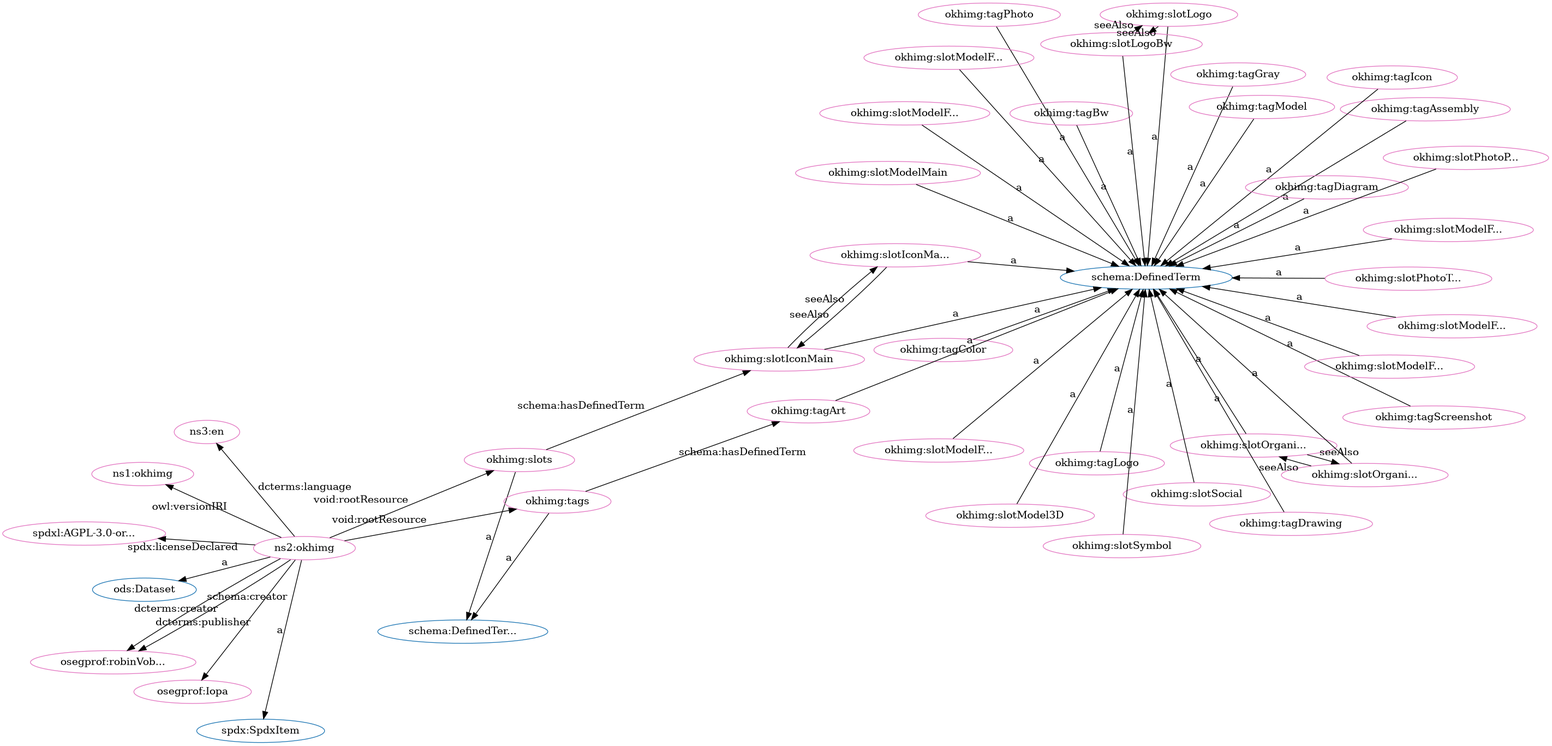
iop-alliance/OpenKnowHow keeps this Graphviz diagram as src/spec/dot_okh-img-clean.png. Above is the earlier version. Its source is kept beside it as src/spec/dot_okh-img-clean.dot.
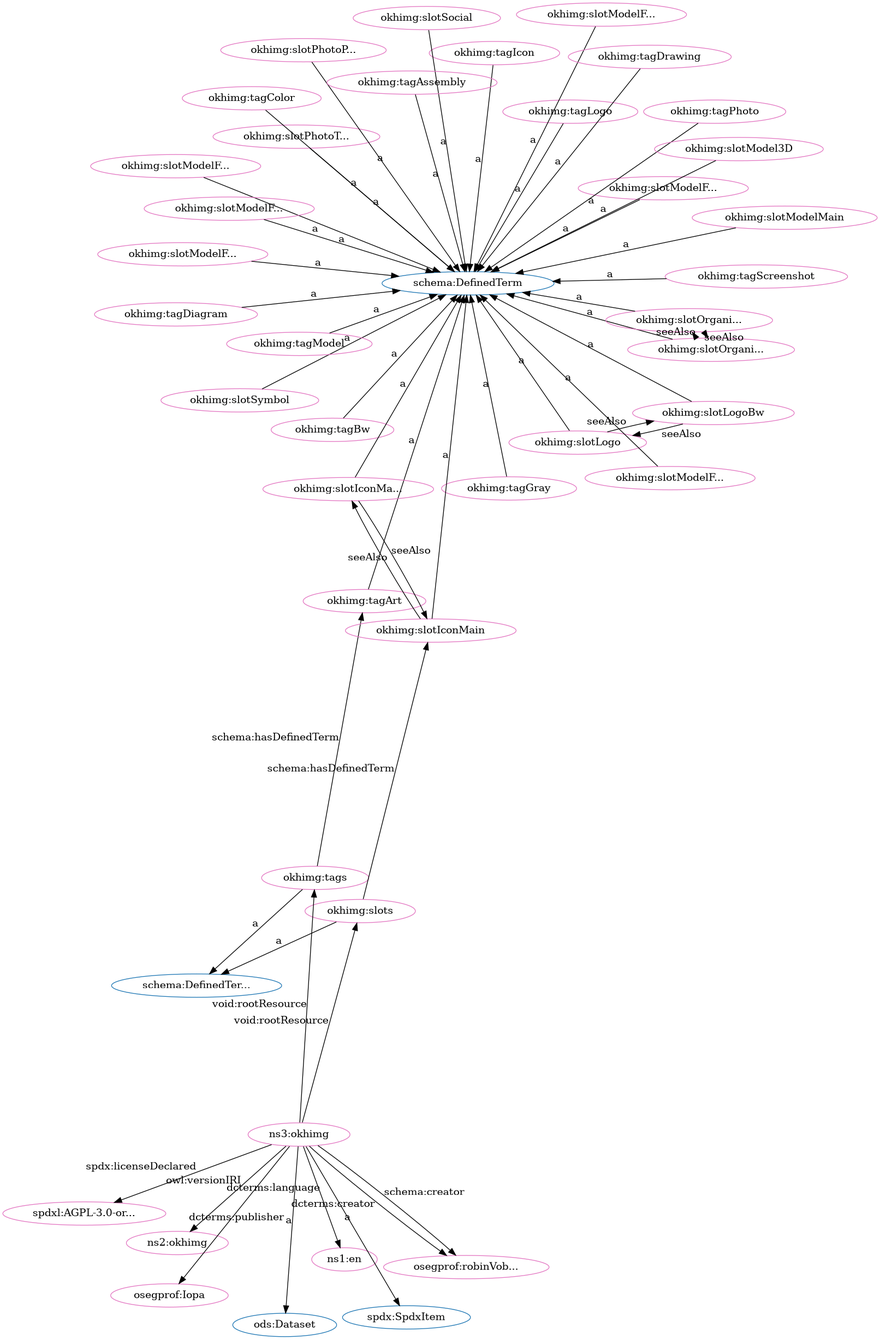
The same file after the commit.

What changed in the source:
```diff
@@ -2,95 +2,95 @@
   rankdir=BT
   node[height=.3]
 "http://schema.org/DefinedTermSet" [fillcolor="#1f77b4" color="#1f77b4" label="schema:DefinedTer..."]
+"http://spdx.org/rdf/terms#SpdxItem" [fillcolor="#1f77b4" color="#1f77b4" label="spdx:SpdxItem"]
 "http://w3id.org/oseg/ont/ods#Dataset" [fillcolor="#1f77b4" color="#1f77b4" label="ods:Dataset"]
-"http://spdx.org/rdf/terms#SpdxItem" [fillcolor="#1f77b4" color="#1f77b4" label="spdx:SpdxItem"]
 "http://schema.org/DefinedTerm" [fillcolor="#1f77b4" color="#1f77b4" label="schema:DefinedTerm"]
+"http://w3id.org/oseg/ont/okhimg#tagIcon" [fillcolor="#e377c2" color="#e377c2" label="okhimg:tagIcon"]
+"http://w3id.org/oseg/ont/okhimg#slotModelFromRight" [fillcolor="#e377c2" color="#e377c2" label="okhimg:slotModelF..."]
+"http://w3id.org/oseg/ont/okhimg#slotPhotoThingMain" [fillcolor="#e377c2" color="#e377c2" label="okhimg:slotPhotoT..."]
+"http://w3id.org/oseg/ont/oseg-profiles#robinVobruba" [fillcolor="#e377c2" color="#e377c2" label="osegprof:robinVob..."]
+"http://w3id.org/oseg/ont/oseg-profiles#Iopa" [fillcolor="#e377c2" color="#e377c2" label="osegprof:Iopa"]
+"http://w3id.org/oseg/ont/okhimg#slotOrganizationLogo" [fillcolor="#e377c2" color="#e377c2" label="okhimg:slotOrgani..."]
+"http://w3id.org/oseg/ont/okhimg#slotModelFromAbove" [fillcolor="#e377c2" color="#e377c2" label="okhimg:slotModelF..."]
+"http://id.loc.gov/vocabulary/iso639-1/en" [fillcolor="#e377c2" color="#e377c2" label="ns1:en"]
+"http://w3id.org/oseg/ont/okhimg#tagLogo" [fillcolor="#e377c2" color="#e377c2" label="okhimg:tagLogo"]
+"http://w3id.org/oseg/ont/okhimg#tagGray" [fillcolor="#e377c2" color="#e377c2" label="okhimg:tagGray"]
+"http://w3id.org/oseg/ont/okhimg#tags" [fillcolor="#e377c2" color="#e377c2" label="okhimg:tags"]
+"http://w3id.org/oseg/ont/okhimg#slotLogoBw" [fillcolor="#e377c2" color="#e377c2" label="okhimg:slotLogoBw"]
+"http://w3id.org/oseg/ont/okhimg#slotOrganizationLogoBw" [fillcolor="#e377c2" color="#e377c2" label="okhimg:slotOrgani..."]
+"http://spdx.org/licenses/AGPL-3.0-or-later" [fillcolor="#e377c2" color="#e377c2" label="spdxl:AGPL-3.0-or..."]
+"http://w3id.org/oseg/ont/okhimg#slotSocial" [fillcolor="#e377c2" color="#e377c2" label="okhimg:slotSocial"]
+"http://w3id.org/oseg/ont/okhimg#slotSymbol" [fillcolor="#e377c2" color="#e377c2" label="okhimg:slotSymbol"]
+"http://w3id.org/oseg/ont/okhimg#tagArt" [fillcolor="#e377c2" color="#e377c2" label="okhimg:tagArt"]
+"http://w3id.org/oseg/ont/okhimg#tagColor" [fillcolor="#e377c2" color="#e377c2" label="okhimg:tagColor"]
+"http://w3id.org/oseg/ont/okhimg#slotLogo" [fillcolor="#e377c2" color="#e377c2" label="okhimg:slotLogo"]
+"http://w3id.org/oseg/ont/okhimg#slotModelFromLeft" [fillcolor="#e377c2" color="#e377c2" label="okhimg:slotModelF..."]
+"http://w3id.org/oseg/ont/okhimg#slotModelFromBack" [fillcolor="#e377c2" color="#e377c2" label="okhimg:slotModelF..."]
+"http://w3id.org/oseg/ont/0.1.0/okhimg" [fillcolor="#e377c2" color="#e377c2" label="ns2:okhimg"]
+"http://w3id.org/oseg/ont/okhimg#slots" [fillcolor="#e377c2" color="#e377c2" label="okhimg:slots"]
+"http://w3id.org/oseg/ont/okhimg" [fillcolor="#e377c2" color="#e377c2" label="ns3:okhimg"]
+"http://w3id.org/oseg/ont/okhimg#slotIconMain" [fillcolor="#e377c2" color="#e377c2" label="okhimg:slotIconMain"]
+"http://w3id.org/oseg/ont/okhimg#slotModelMain" [fillcolor="#e377c2" color="#e377c2" label="okhimg:slotModelMain"]
+"http://w3id.org/oseg/ont/okhimg#slotModelFromFront" [fillcolor="#e377c2" color="#e377c2" label="okhimg:slotModelF..."]
+"http://w3id.org/oseg/ont/okhimg#tagModel" [fillcolor="#e377c2" color="#e377c2" label="okhimg:tagModel"]
+"http://w3id.org/oseg/ont/okhimg#slotPhotoPackaging" [fillcolor="#e377c2" color="#e377c2" label="okhimg:slotPhotoP..."]
+"http://w3id.org/oseg/ont/okhimg#tagAssembly" [fillcolor="#e377c2" color="#e377c2" label="okhimg:tagAssembly"]
+"http://w3id.org/oseg/ont/okhimg#tagPhoto" [fillcolor="#e377c2" color="#e377c2" label="okhimg:tagPhoto"]
+"http://w3id.org/oseg/ont/okhimg#slotModel3D" [fillcolor="#e377c2" color="#e377c2" label="okhimg:slotModel3D"]
+"http://w3id.org/oseg/ont/okhimg#tagBw" [fillcolor="#e377c2" color="#e377c2" label="okhimg:tagBw"]
+"http://w3id.org/oseg/ont/okhimg#tagDiagram" [fillcolor="#e377c2" color="#e377c2" label="okhimg:tagDiagram"]
+"http://w3id.org/oseg/ont/okhimg#slotModelFromBelow" [fillcolor="#e377c2" color="#e377c2" label="okhimg:slotModelF..."]
+"http://w3id.org/oseg/ont/okhimg#tagDrawing" [fillcolor="#e377c2" color="#e377c2" label="okhimg:tagDrawing"]
 "http://w3id.org/oseg/ont/okhimg#slotIconMainBw" [fillcolor="#e377c2" color="#e377c2" label="okhimg:slotIconMa..."]
-"http://w3id.org/oseg/ont/okhimg#slotModelMain" [fillcolor="#e377c2" color="#e377c2" label="okhimg:slotModelMain"]
-"http://w3id.org/oseg/ont/okhimg#slots" [fillcolor="#e377c2" color="#e377c2" label="okhimg:slots"]
-"http://w3id.org/oseg/ont/okhimg#slotOrganizationLogo" [fillcolor="#e377c2" color="#e377c2" label="okhimg:slotOrgani..."]
-"http://w3id.org/oseg/ont/0.1.0/okhimg" [fillcolor="#e377c2" color="#e377c2" label="ns1:okhimg"]
-"http://w3id.org/oseg/ont/okhimg#tagAssembly" [fillcolor="#e377c2" color="#e377c2" label="okhimg:tagAssembly"]
-"http://spdx.org/licenses/AGPL-3.0-or-later" [fillcolor="#e377c2" color="#e377c2" label="spdxl:AGPL-3.0-or..."]
-"http://w3id.org/oseg/ont/okhimg#slotModelFromBack" [fillcolor="#e377c2" color="#e377c2" label="okhimg:slotModelF..."]
-"http://w3id.org/oseg/ont/okhimg#tagColor" [fillcolor="#e377c2" color="#e377c2" label="okhimg:tagColor"]
-"http://w3id.org/oseg/ont/okhimg#slotOrganizationLogoBw" [fillcolor="#e377c2" color="#e377c2" label="okhimg:slotOrgani..."]
-"http://w3id.org/oseg/ont/okhimg" [fillcolor="#e377c2" color="#e377c2" label="ns2:okhimg"]
-"http://w3id.org/oseg/ont/okhimg#slotLogo" [fillcolor="#e377c2" color="#e377c2" label="okhimg:slotLogo"]
-"http://w3id.org/oseg/ont/okhimg#tagArt" [fillcolor="#e377c2" color="#e377c2" label="okhimg:tagArt"]
-"http://w3id.org/oseg/ont/okhimg#tagGray" [fillcolor="#e377c2" color="#e377c2" label="okhimg:tagGray"]
-"http://w3id.org/oseg/ont/okhimg#tagPhoto" [fillcolor="#e377c2" color="#e377c2" label="okhimg:tagPhoto"]
-"http://w3id.org/oseg/ont/okhimg#tagIcon" [fillcolor="#e377c2" color="#e377c2" label="okhimg:tagIcon"]
-"http://w3id.org/oseg/ont/okhimg#slotIconMain" [fillcolor="#e377c2" color="#e377c2" label="okhimg:slotIconMain"]
-"http://w3id.org/oseg/ont/okhimg#slotModelFromAbove" [fillcolor="#e377c2" color="#e377c2" label="okhimg:slotModelF..."]
 "http://w3id.org/oseg/ont/okhimg#tagScreenshot" [fillcolor="#e377c2" color="#e377c2" label="okhimg:tagScreenshot"]
-"http://w3id.org/oseg/ont/okhimg#slotPhotoThingMain" [fillcolor="#e377c2" color="#e377c2" label="okhimg:slotPhotoT..."]
-"http://id.loc.gov/vocabulary/iso639-1/en" [fillcolor="#e377c2" color="#e377c2" label="ns3:en"]
-"http://w3id.org/oseg/ont/okhimg#tagBw" [fillcolor="#e377c2" color="#e377c2" label="okhimg:tagBw"]
-"http://w3id.org/oseg/ont/okhimg#tags" [fillcolor="#e377c2" color="#e377c2" label="okhimg:tags"]
-"http://w3id.org/oseg/ont/oseg-profiles#robinVobruba" [fillcolor="#e377c2" color="#e377c2" label="osegprof:robinVob..."]
-"http://w3id.org/oseg/ont/okhimg#slotSocial" [fillcolor="#e377c2" color="#e377c2" label="okhimg:slotSocial"]
-"http://w3id.org/oseg/ont/okhimg#slotModelFromFront" [fillcolor="#e377c2" color="#e377c2" label="okhimg:slotModelF..."]
-"http://w3id.org/oseg/ont/okhimg#slotLogoBw" [fillcolor="#e377c2" color="#e377c2" label="okhimg:slotLogoBw"]
-"http://w3id.org/oseg/ont/okhimg#tagModel" [fillcolor="#e377c2" color="#e377c2" label="okhimg:tagModel"]
-"http://w3id.org/oseg/ont/okhimg#tagLogo" [fillcolor="#e377c2" color="#e377c2" label="okhimg:tagLogo"]
-"http://w3id.org/oseg/ont/okhimg#tagDiagram" [fillcolor="#e377c2" color="#e377c2" label="okhimg:tagDiagram"]
-"http://w3id.org/oseg/ont/okhimg#slotSymbol" [fillcolor="#e377c2" color="#e377c2" label="okhimg:slotSymbol"]
-"http://w3id.org/oseg/ont/okhimg#slotModel3D" [fillcolor="#e377c2" color="#e377c2" label="okhimg:slotModel3D"]
-"http://w3id.org/oseg/ont/okhimg#slotPhotoPackaging" [fillcolor="#e377c2" color="#e377c2" label="okhimg:slotPhotoP..."]
-"http://w3id.org/oseg/ont/okhimg#slotModelFromRight" [fillcolor="#e377c2" color="#e377c2" label="okhimg:slotModelF..."]
-"http://w3id.org/oseg/ont/okhimg#tagDrawing" [fillcolor="#e377c2" color="#e377c2" label="okhimg:tagDrawing"]
-"http://w3id.org/oseg/ont/okhimg#slotModelFromBelow" [fillcolor="#e377c2" color="#e377c2" label="okhimg:slotModelF..."]
-"http://w3id.org/oseg/ont/okhimg#slotModelFromLeft" [fillcolor="#e377c2" color="#e377c2" label="okhimg:slotModelF..."]
-"http://w3id.org/oseg/ont/oseg-profiles#Iopa" [fillcolor="#e377c2" color="#e377c2" label="osegprof:Iopa"]
-  "http://w3id.org/oseg/ont/okhimg#slotIconMainBw" -> "http://schema.org/DefinedTerm" [label="a"]
-  "http://w3id.org/oseg/ont/okhimg#slotModelMain" -> "http://schema.org/DefinedTerm" [label="a"]
-  "http://w3id.org/oseg/ont/okhimg" -> "http://w3id.org/oseg/ont/okhimg#slots" [label="void:rootResource"]
-  "http://w3id.org/oseg/ont/okhimg#slotIconMain" -> "http://w3id.org/oseg/ont/okhimg#slotIconMainBw" [label="seeAlso"]
+  "http://w3id.org/oseg/ont/okhimg#tagIcon" -> "http://schema.org/DefinedTerm" [label="a"]
+  "http://w3id.org/oseg/ont/okhimg#slotModelFromRight" -> "http://schema.org/DefinedTerm" [label="a"]
+  "http://w3id.org/oseg/ont/okhimg#slotPhotoThingMain" -> "http://schema.org/DefinedTerm" [label="a"]
+  "http://w3id.org/oseg/ont/okhimg" -> "http://w3id.org/oseg/ont/oseg-profiles#robinVobruba" [label="schema:creator"]
+  "http://w3id.org/oseg/ont/okhimg" -> "http://w3id.org/oseg/ont/oseg-profiles#Iopa" [label="dcterms:publisher"]
   "http://w3id.org/oseg/ont/okhimg#slotOrganizationLogoBw" -> "http://w3id.org/oseg/ont/okhimg#slotOrganizationLogo" [label="seeAlso"]
-  "http://w3id.org/oseg/ont/okhimg" -> "http://w3id.org/oseg/ont/0.1.0/okhimg" [label="owl:versionIRI"]
-  "http://w3id.org/oseg/ont/okhimg#tagAssembly" -> "http://schema.org/DefinedTerm" [label="a"]
-  "http://w3id.org/oseg/ont/okhimg" -> "http://spdx.org/licenses/AGPL-3.0-or-later" [label="spdx:licenseDeclared"]
-  "http://w3id.org/oseg/ont/okhimg#slotModelFromBack" -> "http://schema.org/DefinedTerm" [label="a"]
-  "http://w3id.org/oseg/ont/okhimg#tagColor" -> "http://schema.org/DefinedTerm" [label="a"]
-  "http://w3id.org/oseg/ont/okhimg#slotOrganizationLogo" -> "http://w3id.org/oseg/ont/okhimg#slotOrganizationLogoBw" [label="seeAlso"]
-  "http://w3id.org/oseg/ont/okhimg" -> "http://w3id.org/oseg/ont/ods#Dataset" [label="a"]
-  "http://w3id.org/oseg/ont/okhimg#slotLogoBw" -> "http://w3id.org/oseg/ont/okhimg#slotLogo" [label="seeAlso"]
-  "http://w3id.org/oseg/ont/okhimg#tags" -> "http://w3id.org/oseg/ont/okhimg#tagArt" [label="schema:hasDefinedTerm"]
+  "http://w3id.org/oseg/ont/okhimg#slotModelFromAbove" -> "http://schema.org/DefinedTerm" [label="a"]
+  "http://w3id.org/oseg/ont/okhimg" -> "http://id.loc.gov/vocabulary/iso639-1/en" [label="dcterms:language"]
+  "http://w3id.org/oseg/ont/okhimg#tagLogo" -> "http://schema.org/DefinedTerm" [label="a"]
   "http://w3id.org/oseg/ont/okhimg#tagGray" -> "http://schema.org/DefinedTerm" [label="a"]
-  "http://w3id.org/oseg/ont/okhimg#tagPhoto" -> "http://schema.org/DefinedTerm" [label="a"]
-  "http://w3id.org/oseg/ont/okhimg#tagIcon" -> "http://schema.org/DefinedTerm" [label="a"]
-  "http://w3id.org/oseg/ont/okhimg#slotIconMainBw" -> "http://w3id.org/oseg/ont/okhimg#slotIconMain" [label="seeAlso"]
-  "http://w3id.org/oseg/ont/okhimg#slotModelFromAbove" -> "http://schema.org/DefinedTerm" [label="a"]
-  "http://w3id.org/oseg/ont/okhimg#tagScreenshot" -> "http://schema.org/DefinedTerm" [label="a"]
-  "http://w3id.org/oseg/ont/okhimg#slotOrganizationLogoBw" -> "http://schema.org/DefinedTerm" [label="a"]
-  "http://w3id.org/oseg/ont/okhimg#slotPhotoThingMain" -> "http://schema.org/DefinedTerm" [label="a"]
-  "http://w3id.org/oseg/ont/okhimg#slots" -> "http://schema.org/DefinedTermSet" [label="a"]
-  "http://w3id.org/oseg/ont/okhimg" -> "http://id.loc.gov/vocabulary/iso639-1/en" [label="dcterms:language"]
-  "http://w3id.org/oseg/ont/okhimg#tagBw" -> "http://schema.org/DefinedTerm" [label="a"]
   "http://w3id.org/oseg/ont/okhimg" -> "http://w3id.org/oseg/ont/okhimg#tags" [label="void:rootResource"]
   "http://w3id.org/oseg/ont/okhimg#tags" -> "http://schema.org/DefinedTermSet" [label="a"]
+  "http://w3id.org/oseg/ont/okhimg#slotLogo" -> "http://w3id.org/oseg/ont/okhimg#slotLogoBw" [label="seeAlso"]
+  "http://w3id.org/oseg/ont/okhimg#slotOrganizationLogo" -> "http://w3id.org/oseg/ont/okhimg#slotOrganizationLogoBw" [label="seeAlso"]
+  "http://w3id.org/oseg/ont/okhimg#slotOrganizationLogo" -> "http://schema.org/DefinedTerm" [label="a"]
+  "http://w3id.org/oseg/ont/okhimg" -> "http://spdx.org/licenses/AGPL-3.0-or-later" [label="spdx:licenseDeclared"]
+  "http://w3id.org/oseg/ont/okhimg#slotSocial" -> "http://schema.org/DefinedTerm" [label="a"]
+  "http://w3id.org/oseg/ont/okhimg#slotSymbol" -> "http://schema.org/DefinedTerm" [label="a"]
+  "http://w3id.org/oseg/ont/okhimg#slotOrganizationLogoBw" -> "http://schema.org/DefinedTerm" [label="a"]
+  "http://w3id.org/oseg/ont/okhimg#tags" -> "http://w3id.org/oseg/ont/okhimg#tagArt" [label="schema:hasDefinedTerm"]
+  "http://w3id.org/oseg/ont/okhimg" -> "http://w3id.org/oseg/ont/oseg-profiles#robinVobruba" [label="dcterms:creator"]
+  "http://w3id.org/oseg/ont/okhimg#tagColor" -> "http://schema.org/DefinedTerm" [label="a"]
+  "http://w3id.org/oseg/ont/okhimg#slotLogoBw" -> "http://w3id.org/oseg/ont/okhimg#slotLogo" [label="seeAlso"]
+  "http://w3id.org/oseg/ont/okhimg#slotModelFromLeft" -> "http://schema.org/DefinedTerm" [label="a"]
+  "http://w3id.org/oseg/ont/okhimg#slotModelFromBack" -> "http://schema.org/DefinedTerm" [label="a"]
+  "http://w3id.org/oseg/ont/okhimg" -> "http://w3id.org/oseg/ont/0.1.0/okhimg" [label="owl:versionIRI"]
+  "http://w3id.org/oseg/ont/okhimg#slots" -> "http://schema.org/DefinedTermSet" [label="a"]
+  "http://w3id.org/oseg/ont/okhimg" -> "http://spdx.org/rdf/terms#SpdxItem" [label="a"]
+  "http://w3id.org/oseg/ont/okhimg#slotLogo" -> "http://schema.org/DefinedTerm" [label="a"]
+  "http://w3id.org/oseg/ont/okhimg#slots" -> "http://w3id.org/oseg/ont/okhimg#slotIconMain" [label="schema:hasDefinedTerm"]
+  "http://w3id.org/oseg/ont/okhimg#slotIconMain" -> "http://schema.org/DefinedTerm" [label="a"]
+  "http://w3id.org/oseg/ont/okhimg#slotModelMain" -> "http://schema.org/DefinedTerm" [label="a"]
+  "http://w3id.org/oseg/ont/okhimg#slotModelFromFront" -> "http://schema.org/DefinedTerm" [label="a"]
+  "http://w3id.org/oseg/ont/okhimg#tagModel" -> "http://schema.org/DefinedTerm" [label="a"]
+  "http://w3id.org/oseg/ont/okhimg#slotPhotoPackaging" -> "http://schema.org/DefinedTerm" [label="a"]
   "http://w3id.org/oseg/ont/okhimg#tagArt" -> "http://schema.org/DefinedTerm" [label="a"]
-  "http://w3id.org/oseg/ont/okhimg#slots" -> "http://w3id.org/oseg/ont/okhimg#slotIconMain" [label="schema:hasDefinedTerm"]
-  "http://w3id.org/oseg/ont/okhimg" -> "http://w3id.org/oseg/ont/oseg-profiles#robinVobruba" [label="dcterms:creator"]
-  "http://w3id.org/oseg/ont/okhimg#slotSocial" -> "http://schema.org/DefinedTerm" [label="a"]
-  "http://w3id.org/oseg/ont/okhimg#slotModelFromFront" -> "http://schema.org/DefinedTerm" [label="a"]
-  "http://w3id.org/oseg/ont/okhimg#slotLogo" -> "http://w3id.org/oseg/ont/okhimg#slotLogoBw" [label="seeAlso"]
-  "http://w3id.org/oseg/ont/okhimg" -> "http://spdx.org/rdf/terms#SpdxItem" [label="a"]
-  "http://w3id.org/oseg/ont/okhimg#tagModel" -> "http://schema.org/DefinedTerm" [label="a"]
-  "http://w3id.org/oseg/ont/okhimg#slotLogo" -> "http://schema.org/DefinedTerm" [label="a"]
-  "http://w3id.org/oseg/ont/okhimg#tagLogo" -> "http://schema.org/DefinedTerm" [label="a"]
+  "http://w3id.org/oseg/ont/okhimg" -> "http://w3id.org/oseg/ont/ods#Dataset" [label="a"]
+  "http://w3id.org/oseg/ont/okhimg#tagAssembly" -> "http://schema.org/DefinedTerm" [label="a"]
+  "http://w3id.org/oseg/ont/okhimg#slotIconMainBw" -> "http://w3id.org/oseg/ont/okhimg#slotIconMain" [label="seeAlso"]
+  "http://w3id.org/oseg/ont/okhimg#tagPhoto" -> "http://schema.org/DefinedTerm" [label="a"]
+  "http://w3id.org/oseg/ont/okhimg#slotModel3D" -> "http://schema.org/DefinedTerm" [label="a"]
+  "http://w3id.org/oseg/ont/okhimg#tagBw" -> "http://schema.org/DefinedTerm" [label="a"]
   "http://w3id.org/oseg/ont/okhimg#tagDiagram" -> "http://schema.org/DefinedTerm" [label="a"]
-  "http://w3id.org/oseg/ont/okhimg#slotSymbol" -> "http://schema.org/DefinedTerm" [label="a"]
-  "http://w3id.org/oseg/ont/okhimg#slotModel3D" -> "http://schema.org/DefinedTerm" [label="a"]
-  "http://w3id.org/oseg/ont/okhimg" -> "http://w3id.org/oseg/ont/oseg-profiles#robinVobruba" [label="schema:creator"]
-  "http://w3id.org/oseg/ont/okhimg#slotPhotoPackaging" -> "http://schema.org/DefinedTerm" [label="a"]
-  "http://w3id.org/oseg/ont/okhimg#slotModelFromRight" -> "http://schema.org/DefinedTerm" [label="a"]
-  "http://w3id.org/oseg/ont/okhimg#slotOrganizationLogo" -> "http://schema.org/DefinedTerm" [label="a"]
+  "http://w3id.org/oseg/ont/okhimg#slotModelFromBelow" -> "http://schema.org/DefinedTerm" [label="a"]
   "http://w3id.org/oseg/ont/okhimg#tagDrawing" -> "http://schema.org/DefinedTerm" [label="a"]
-  "http://w3id.org/oseg/ont/okhimg#slotModelFromBelow" -> "http://schema.org/DefinedTerm" [label="a"]
-  "http://w3id.org/oseg/ont/okhimg#slotIconMain" -> "http://schema.org/DefinedTerm" [label="a"]
-  "http://w3id.org/oseg/ont/okhimg#slotModelFromLeft" -> "http://schema.org/DefinedTerm" [label="a"]
+  "http://w3id.org/oseg/ont/okhimg" -> "http://w3id.org/oseg/ont/okhimg#slots" [label="void:rootResource"]
   "http://w3id.org/oseg/ont/okhimg#slotLogoBw" -> "http://schema.org/DefinedTerm" [label="a"]
-  "http://w3id.org/oseg/ont/okhimg" -> "http://w3id.org/oseg/ont/oseg-profiles#Iopa" [label="dcterms:publisher"]
+  "http://w3id.org/oseg/ont/okhimg#slotIconMainBw" -> "http://schema.org/DefinedTerm" [label="a"]
+  "http://w3id.org/oseg/ont/okhimg#tagScreenshot" -> "http://schema.org/DefinedTerm" [label="a"]
+  "http://w3id.org/oseg/ont/okhimg#slotIconMain" -> "http://w3id.org/oseg/ont/okhimg#slotIconMainBw" [label="seeAlso"]
 }
```
